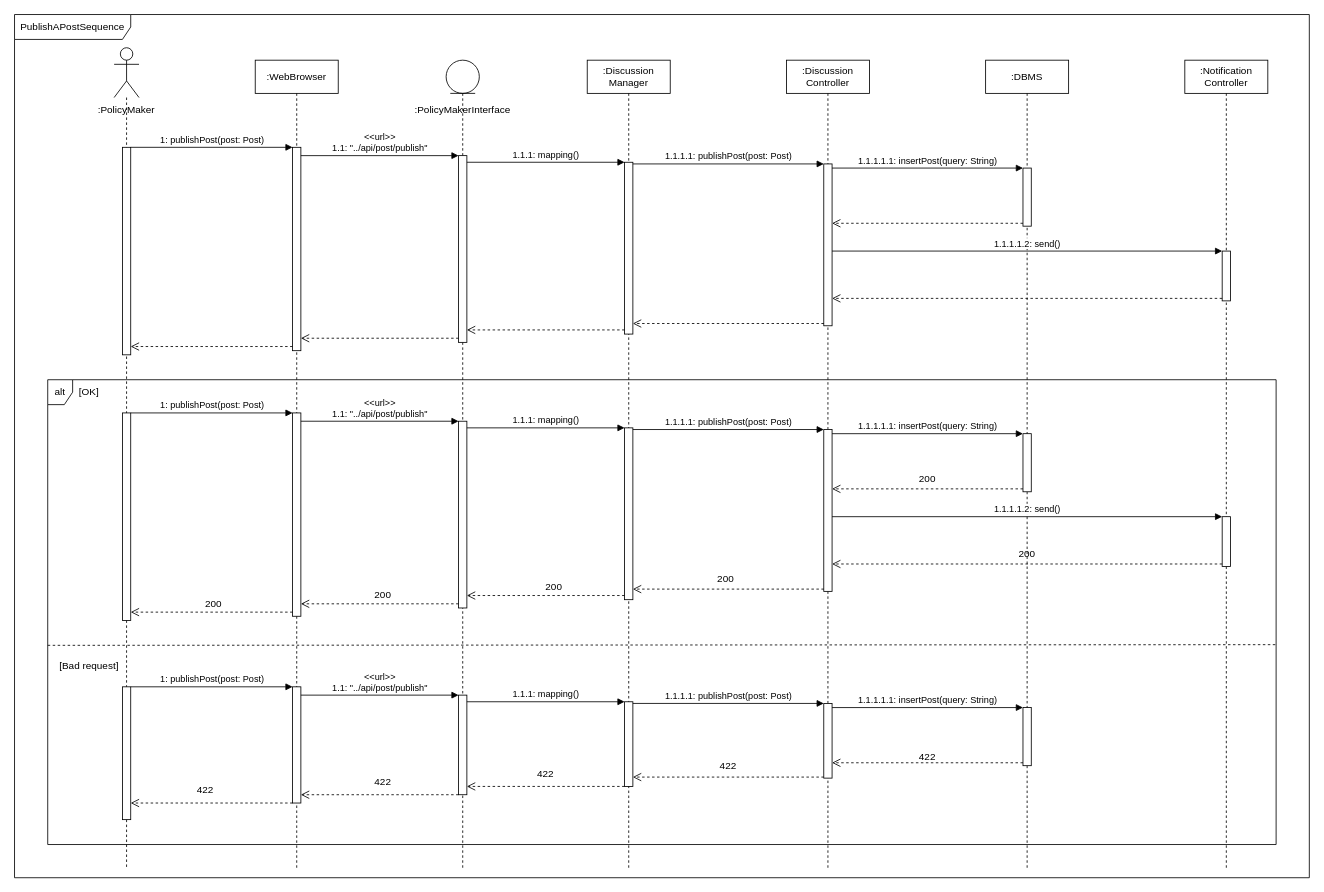
Earlier version of the draw.io diagram page "PublishAPostPolicyMaker" (4 of 18) of DD Diagrams/RunTimeViewDiagram.drawio (matteovisotto/SE2-CecchettoSirianiVisotto). Source tidied: cells renumbered, new cells numbered last; positions are measured from the earlier drawing's top-left corner, leaving out a move shared by most shapes. Both pictures are drawn from the tidied source at 83%, with x=0, y=0 at pixel (14, 14).
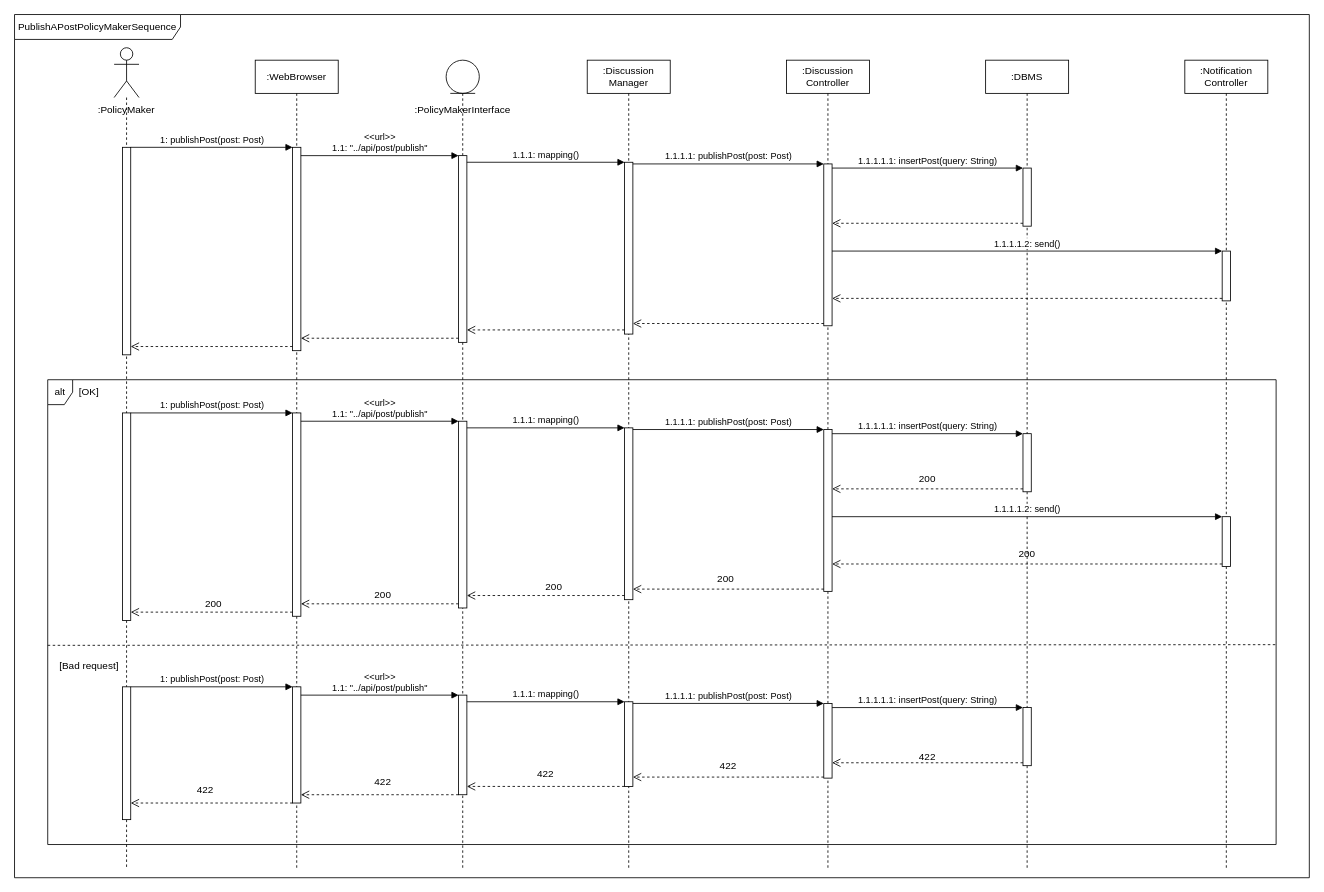
The same page after the edit.

What changed in the source:
```diff
@@
-    <mxCell id="2" value="PublishAPostSequence" style="shape=umlFrame;whiteSpace=wrap;html=1;width=140;height=30;" parent="1" vertex="1">
+    <mxCell id="2" value="PublishAPostPolicyMakerSequence" style="shape=umlFrame;whiteSpace=wrap;html=1;width=200;height=30;" parent="1" vertex="1">
       <mxGeometry width="1560" height="1040" as="geometry" />
     </mxCell>
```
